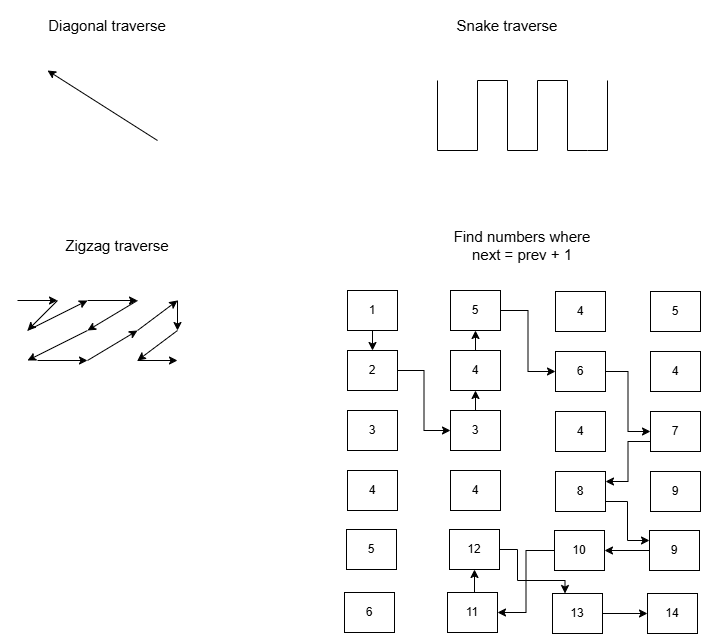
Before: assets/example_problems.png, a diagram exported from draw.io (tave8/matrix-traverser-python). Source tidied: cells renumbered, new cells last; positions are measured from the earlier drawing's top-left corner, leaving out a move shared by most shapes. Its diagram source:
```xml
<mxGraphModel>
  <root>
    <mxCell id="0" />
    <mxCell id="1" parent="0" />
    <mxCell id="2" value="Diagonal traverse" style="text;html=1;whiteSpace=wrap;strokeColor=none;fillColor=none;align=center;verticalAlign=middle;rounded=0;fontSize=15;" parent="1" vertex="1">
      <mxGeometry x="30" width="120" height="30" as="geometry" />
    </mxCell>
    <mxCell id="3" value="Snake traverse" style="text;html=1;whiteSpace=wrap;strokeColor=none;fillColor=none;align=center;verticalAlign=middle;rounded=0;fontSize=15;" parent="1" vertex="1">
      <mxGeometry x="430" width="120" height="30" as="geometry" />
    </mxCell>
    <mxCell id="4" value="Zigzag traverse" style="text;html=1;whiteSpace=wrap;strokeColor=none;fillColor=none;align=center;verticalAlign=middle;rounded=0;fontSize=15;" parent="1" vertex="1">
      <mxGeometry x="40" y="220" width="120" height="30" as="geometry" />
    </mxCell>
    <mxCell id="5" value="Find numbers where next = prev + 1" style="text;html=1;whiteSpace=wrap;strokeColor=none;fillColor=none;align=center;verticalAlign=middle;rounded=0;fontSize=15;" parent="1" vertex="1">
      <mxGeometry x="420" y="220" width="170" height="30" as="geometry" />
    </mxCell>
    <mxCell id="6" style="endArrow=none;html=1;rounded=0;edgeStyle=orthogonalEdgeStyle;curved=0;" parent="1" edge="1">
      <mxGeometry relative="1" as="geometry">
        <mxPoint x="460" y="70" as="sourcePoint" />
        <mxPoint x="420" y="70" as="targetPoint" />
        <Array as="points">
          <mxPoint x="420" y="140" />
        </Array>
      </mxGeometry>
    </mxCell>
    <mxCell id="7" style="endArrow=none;html=1;rounded=0;edgeStyle=orthogonalEdgeStyle;curved=0;" parent="1" edge="1">
      <mxGeometry relative="1" as="geometry">
        <mxPoint x="550" y="140" as="sourcePoint" />
        <mxPoint x="460" y="70" as="targetPoint" />
        <Array as="points">
          <mxPoint x="520" y="70" />
          <mxPoint x="520" y="140" />
          <mxPoint x="490" y="140" />
          <mxPoint x="490" y="70" />
        </Array>
      </mxGeometry>
    </mxCell>
    <mxCell id="8" style="endArrow=none;html=1;rounded=0;edgeStyle=orthogonalEdgeStyle;curved=0;" parent="1" edge="1">
      <mxGeometry relative="1" as="geometry">
        <mxPoint x="590" y="70" as="sourcePoint" />
        <mxPoint x="550" y="140" as="targetPoint" />
        <Array as="points">
          <mxPoint x="570" y="140" />
          <mxPoint x="570" y="140" />
        </Array>
      </mxGeometry>
    </mxCell>
    <mxCell id="9" style="endArrow=classic;html=1;rounded=0;" parent="1" edge="1">
      <mxGeometry relative="1" as="geometry">
        <mxPoint x="140" y="130" as="sourcePoint" />
        <mxPoint x="30" y="60" as="targetPoint" />
      </mxGeometry>
    </mxCell>
    <mxCell id="10" style="endArrow=classic;html=1;rounded=0;" parent="1" edge="1">
      <mxGeometry relative="1" as="geometry">
        <mxPoint y="290" as="sourcePoint" />
        <mxPoint x="40" y="290" as="targetPoint" />
      </mxGeometry>
    </mxCell>
    <mxCell id="11" style="endArrow=classic;html=1;rounded=0;" parent="1" edge="1">
      <mxGeometry relative="1" as="geometry">
        <mxPoint x="40" y="290" as="sourcePoint" />
        <mxPoint x="10" y="320" as="targetPoint" />
      </mxGeometry>
    </mxCell>
    <mxCell id="12" style="endArrow=classic;html=1;rounded=0;" parent="1" edge="1">
      <mxGeometry relative="1" as="geometry">
        <mxPoint x="10" y="320" as="sourcePoint" />
        <mxPoint x="70" y="290" as="targetPoint" />
      </mxGeometry>
    </mxCell>
    <mxCell id="13" style="endArrow=classic;html=1;rounded=0;" parent="1" edge="1">
      <mxGeometry relative="1" as="geometry">
        <mxPoint x="70" y="290" as="sourcePoint" />
        <mxPoint x="120" y="290" as="targetPoint" />
      </mxGeometry>
    </mxCell>
    <mxCell id="14" style="endArrow=classic;html=1;rounded=0;" parent="1" edge="1">
      <mxGeometry relative="1" as="geometry">
        <mxPoint x="120" y="290" as="sourcePoint" />
        <mxPoint x="70" y="320" as="targetPoint" />
      </mxGeometry>
    </mxCell>
    <mxCell id="15" style="endArrow=classic;html=1;rounded=0;" parent="1" edge="1">
      <mxGeometry relative="1" as="geometry">
        <mxPoint x="70" y="320" as="sourcePoint" />
        <mxPoint x="10" y="350" as="targetPoint" />
      </mxGeometry>
    </mxCell>
    <mxCell id="16" style="endArrow=classic;html=1;rounded=0;" parent="1" edge="1">
      <mxGeometry relative="1" as="geometry">
        <mxPoint x="20" y="350" as="sourcePoint" />
        <mxPoint x="70" y="350" as="targetPoint" />
      </mxGeometry>
    </mxCell>
    <mxCell id="17" style="endArrow=classic;html=1;rounded=0;" parent="1" edge="1">
      <mxGeometry relative="1" as="geometry">
        <mxPoint x="70" y="350" as="sourcePoint" />
        <mxPoint x="120" y="320" as="targetPoint" />
      </mxGeometry>
    </mxCell>
    <mxCell id="18" style="endArrow=classic;html=1;rounded=0;" parent="1" edge="1">
      <mxGeometry relative="1" as="geometry">
        <mxPoint x="120" y="320" as="sourcePoint" />
        <mxPoint x="160" y="290" as="targetPoint" />
      </mxGeometry>
    </mxCell>
    <mxCell id="19" style="endArrow=classic;html=1;rounded=0;" parent="1" edge="1">
      <mxGeometry relative="1" as="geometry">
        <mxPoint x="160" y="290" as="sourcePoint" />
        <mxPoint x="160" y="320" as="targetPoint" />
      </mxGeometry>
    </mxCell>
    <mxCell id="20" style="endArrow=classic;html=1;rounded=0;" parent="1" edge="1">
      <mxGeometry relative="1" as="geometry">
        <mxPoint x="160" y="320" as="sourcePoint" />
        <mxPoint x="120" y="350" as="targetPoint" />
      </mxGeometry>
    </mxCell>
    <mxCell id="21" style="endArrow=classic;html=1;rounded=0;" parent="1" edge="1">
      <mxGeometry relative="1" as="geometry">
        <mxPoint x="120" y="350" as="sourcePoint" />
        <mxPoint x="160" y="350" as="targetPoint" />
      </mxGeometry>
    </mxCell>
    <mxCell id="22" style="edgeStyle=orthogonalEdgeStyle;rounded=0;jettySize=auto;html=1;exitX=0.5;exitY=1;exitDx=0;exitDy=0;entryX=0.5;entryY=0;entryDx=0;entryDy=0;" parent="1" edge="1" source="23" target="29">
      <mxGeometry relative="1" as="geometry" />
    </mxCell>
    <mxCell id="23" value="1" style="rounded=0;whiteSpace=wrap;html=1;" parent="1" vertex="1">
      <mxGeometry x="330" y="280" width="50" height="40" as="geometry" />
    </mxCell>
    <mxCell id="24" style="edgeStyle=orthogonalEdgeStyle;rounded=0;jettySize=auto;html=1;exitX=1;exitY=0.5;exitDx=0;exitDy=0;entryX=0;entryY=0.5;entryDx=0;entryDy=0;" parent="1" edge="1" source="25" target="33">
      <mxGeometry relative="1" as="geometry" />
    </mxCell>
    <mxCell id="25" value="5" style="rounded=0;whiteSpace=wrap;html=1;" parent="1" vertex="1">
      <mxGeometry x="433" y="280" width="50" height="40" as="geometry" />
    </mxCell>
    <mxCell id="26" value="4" style="rounded=0;whiteSpace=wrap;html=1;" parent="1" vertex="1">
      <mxGeometry x="538" y="281" width="50" height="40" as="geometry" />
    </mxCell>
    <mxCell id="27" value="5" style="rounded=0;whiteSpace=wrap;html=1;" parent="1" vertex="1">
      <mxGeometry x="633" y="281" width="50" height="40" as="geometry" />
    </mxCell>
    <mxCell id="28" style="edgeStyle=orthogonalEdgeStyle;rounded=0;jettySize=auto;html=1;exitX=1;exitY=0.5;exitDx=0;exitDy=0;entryX=0;entryY=0.5;entryDx=0;entryDy=0;" parent="1" edge="1" source="29" target="37">
      <mxGeometry relative="1" as="geometry" />
    </mxCell>
    <mxCell id="29" value="2" style="rounded=0;whiteSpace=wrap;html=1;" parent="1" vertex="1">
      <mxGeometry x="330" y="340" width="50" height="40" as="geometry" />
    </mxCell>
    <mxCell id="30" style="edgeStyle=orthogonalEdgeStyle;rounded=0;jettySize=auto;html=1;exitX=0.5;exitY=0;exitDx=0;exitDy=0;entryX=0.5;entryY=1;entryDx=0;entryDy=0;" parent="1" edge="1" source="31" target="25">
      <mxGeometry relative="1" as="geometry" />
    </mxCell>
    <mxCell id="31" value="4" style="rounded=0;whiteSpace=wrap;html=1;" parent="1" vertex="1">
      <mxGeometry x="433" y="340" width="50" height="40" as="geometry" />
    </mxCell>
    <mxCell id="32" style="edgeStyle=orthogonalEdgeStyle;rounded=0;jettySize=auto;html=1;exitX=1;exitY=0.5;exitDx=0;exitDy=0;entryX=0;entryY=0.5;entryDx=0;entryDy=0;" parent="1" edge="1" source="33" target="40">
      <mxGeometry relative="1" as="geometry" />
    </mxCell>
    <mxCell id="33" value="6" style="rounded=0;whiteSpace=wrap;html=1;" parent="1" vertex="1">
      <mxGeometry x="538" y="341" width="50" height="40" as="geometry" />
    </mxCell>
    <mxCell id="34" value="4" style="rounded=0;whiteSpace=wrap;html=1;" parent="1" vertex="1">
      <mxGeometry x="633" y="341" width="50" height="40" as="geometry" />
    </mxCell>
    <mxCell id="35" value="3" style="rounded=0;whiteSpace=wrap;html=1;" parent="1" vertex="1">
      <mxGeometry x="330" y="400" width="50" height="40" as="geometry" />
    </mxCell>
    <mxCell id="36" style="edgeStyle=orthogonalEdgeStyle;rounded=0;jettySize=auto;html=1;exitX=0.5;exitY=0;exitDx=0;exitDy=0;entryX=0.5;entryY=1;entryDx=0;entryDy=0;" parent="1" edge="1" source="37" target="31">
      <mxGeometry relative="1" as="geometry" />
    </mxCell>
    <mxCell id="37" value="3" style="rounded=0;whiteSpace=wrap;html=1;" parent="1" vertex="1">
      <mxGeometry x="433" y="400" width="50" height="40" as="geometry" />
    </mxCell>
    <mxCell id="38" value="4" style="rounded=0;whiteSpace=wrap;html=1;" parent="1" vertex="1">
      <mxGeometry x="538" y="401" width="50" height="40" as="geometry" />
    </mxCell>
    <mxCell id="39" style="edgeStyle=orthogonalEdgeStyle;rounded=0;jettySize=auto;html=1;exitX=0;exitY=0.75;exitDx=0;exitDy=0;entryX=1;entryY=0.25;entryDx=0;entryDy=0;" parent="1" edge="1" source="40" target="44">
      <mxGeometry relative="1" as="geometry" />
    </mxCell>
    <mxCell id="40" value="7" style="rounded=0;whiteSpace=wrap;html=1;" parent="1" vertex="1">
      <mxGeometry x="633" y="401" width="50" height="40" as="geometry" />
    </mxCell>
    <mxCell id="41" value="4" style="rounded=0;whiteSpace=wrap;html=1;" parent="1" vertex="1">
      <mxGeometry x="330" y="460" width="50" height="40" as="geometry" />
    </mxCell>
    <mxCell id="42" value="4" style="rounded=0;whiteSpace=wrap;html=1;" parent="1" vertex="1">
      <mxGeometry x="433" y="460" width="50" height="40" as="geometry" />
    </mxCell>
    <mxCell id="43" style="edgeStyle=orthogonalEdgeStyle;rounded=0;jettySize=auto;html=1;exitX=1;exitY=0.75;exitDx=0;exitDy=0;entryX=0;entryY=0.25;entryDx=0;entryDy=0;" parent="1" edge="1" source="44" target="52">
      <mxGeometry relative="1" as="geometry" />
    </mxCell>
    <mxCell id="44" value="8" style="rounded=0;whiteSpace=wrap;html=1;" parent="1" vertex="1">
      <mxGeometry x="538" y="461" width="50" height="40" as="geometry" />
    </mxCell>
    <mxCell id="45" value="9" style="rounded=0;whiteSpace=wrap;html=1;" parent="1" vertex="1">
      <mxGeometry x="633" y="461" width="50" height="40" as="geometry" />
    </mxCell>
    <mxCell id="46" value="5" style="rounded=0;whiteSpace=wrap;html=1;" parent="1" vertex="1">
      <mxGeometry x="329" y="519" width="50" height="40" as="geometry" />
    </mxCell>
    <mxCell id="47" style="edgeStyle=orthogonalEdgeStyle;rounded=0;jettySize=auto;html=1;exitX=1;exitY=0.5;exitDx=0;exitDy=0;entryX=0.25;entryY=0;entryDx=0;entryDy=0;" parent="1" edge="1" source="48" target="57">
      <mxGeometry relative="1" as="geometry">
        <Array as="points">
          <mxPoint x="500" y="539" />
          <mxPoint x="500" y="570" />
          <mxPoint x="548" y="570" />
        </Array>
      </mxGeometry>
    </mxCell>
    <mxCell id="48" value="12" style="rounded=0;whiteSpace=wrap;html=1;" parent="1" vertex="1">
      <mxGeometry x="432" y="519" width="50" height="40" as="geometry" />
    </mxCell>
    <mxCell id="49" style="edgeStyle=orthogonalEdgeStyle;rounded=0;jettySize=auto;html=1;exitX=0;exitY=0.5;exitDx=0;exitDy=0;entryX=1;entryY=0.5;entryDx=0;entryDy=0;" parent="1" edge="1" source="50" target="55">
      <mxGeometry relative="1" as="geometry" />
    </mxCell>
    <mxCell id="50" value="10" style="rounded=0;whiteSpace=wrap;html=1;" parent="1" vertex="1">
      <mxGeometry x="537" y="520" width="50" height="40" as="geometry" />
    </mxCell>
    <mxCell id="51" style="edgeStyle=orthogonalEdgeStyle;rounded=0;jettySize=auto;html=1;exitX=0;exitY=0.5;exitDx=0;exitDy=0;entryX=1;entryY=0.5;entryDx=0;entryDy=0;" parent="1" edge="1" source="52" target="50">
      <mxGeometry relative="1" as="geometry" />
    </mxCell>
    <mxCell id="52" value="9" style="rounded=0;whiteSpace=wrap;html=1;" parent="1" vertex="1">
      <mxGeometry x="632" y="520" width="50" height="40" as="geometry" />
    </mxCell>
    <mxCell id="53" value="6" style="rounded=0;whiteSpace=wrap;html=1;" parent="1" vertex="1">
      <mxGeometry x="327" y="582" width="50" height="40" as="geometry" />
    </mxCell>
    <mxCell id="54" style="edgeStyle=orthogonalEdgeStyle;rounded=0;jettySize=auto;html=1;exitX=0.5;exitY=0;exitDx=0;exitDy=0;entryX=0.5;entryY=1;entryDx=0;entryDy=0;" parent="1" edge="1" source="55" target="48">
      <mxGeometry relative="1" as="geometry" />
    </mxCell>
    <mxCell id="55" value="11" style="rounded=0;whiteSpace=wrap;html=1;" parent="1" vertex="1">
      <mxGeometry x="430" y="582" width="50" height="40" as="geometry" />
    </mxCell>
    <mxCell id="56" style="edgeStyle=orthogonalEdgeStyle;rounded=0;jettySize=auto;html=1;exitX=1;exitY=0.5;exitDx=0;exitDy=0;entryX=0;entryY=0.5;entryDx=0;entryDy=0;" parent="1" edge="1" source="57" target="58">
      <mxGeometry relative="1" as="geometry" />
    </mxCell>
    <mxCell id="57" value="13" style="rounded=0;whiteSpace=wrap;html=1;" parent="1" vertex="1">
      <mxGeometry x="535" y="583" width="50" height="40" as="geometry" />
    </mxCell>
    <mxCell id="58" value="14" style="rounded=0;whiteSpace=wrap;html=1;" parent="1" vertex="1">
      <mxGeometry x="630" y="583" width="50" height="40" as="geometry" />
    </mxCell>
  </root>
</mxGraphModel>
```
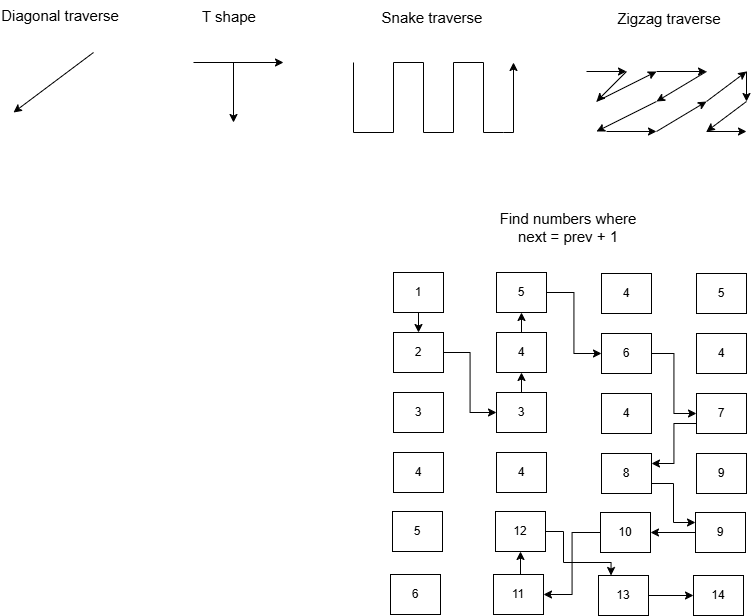
The same file after the commit.

The edit, as a diff of the source:
```diff
@@ -3,124 +3,118 @@
     <mxCell id="0" />
     <mxCell id="1" parent="0" />
     <mxCell id="2" value="Diagonal traverse" style="text;html=1;whiteSpace=wrap;strokeColor=none;fillColor=none;align=center;verticalAlign=middle;rounded=0;fontSize=15;" parent="1" vertex="1">
-      <mxGeometry x="30" width="120" height="30" as="geometry" />
+      <mxGeometry x="-63" y="8" width="120" height="30" as="geometry" />
     </mxCell>
     <mxCell id="3" value="Snake traverse" style="text;html=1;whiteSpace=wrap;strokeColor=none;fillColor=none;align=center;verticalAlign=middle;rounded=0;fontSize=15;" parent="1" vertex="1">
-      <mxGeometry x="430" width="120" height="30" as="geometry" />
+      <mxGeometry x="309" y="10" width="120" height="30" as="geometry" />
     </mxCell>
     <mxCell id="4" value="Zigzag traverse" style="text;html=1;whiteSpace=wrap;strokeColor=none;fillColor=none;align=center;verticalAlign=middle;rounded=0;fontSize=15;" parent="1" vertex="1">
-      <mxGeometry x="40" y="220" width="120" height="30" as="geometry" />
+      <mxGeometry x="546" y="11" width="120" height="30" as="geometry" />
     </mxCell>
     <mxCell id="5" value="Find numbers where next = prev + 1" style="text;html=1;whiteSpace=wrap;strokeColor=none;fillColor=none;align=center;verticalAlign=middle;rounded=0;fontSize=15;" parent="1" vertex="1">
       <mxGeometry x="420" y="220" width="170" height="30" as="geometry" />
     </mxCell>
     <mxCell id="6" style="endArrow=none;html=1;rounded=0;edgeStyle=orthogonalEdgeStyle;curved=0;" parent="1" edge="1">
       <mxGeometry relative="1" as="geometry">
-        <mxPoint x="460" y="70" as="sourcePoint" />
-        <mxPoint x="420" y="70" as="targetPoint" />
+        <mxPoint x="330" y="70" as="sourcePoint" />
+        <mxPoint x="290" y="70" as="targetPoint" />
         <Array as="points">
-          <mxPoint x="420" y="140" />
+          <mxPoint x="290" y="140" />
         </Array>
       </mxGeometry>
     </mxCell>
     <mxCell id="7" style="endArrow=none;html=1;rounded=0;edgeStyle=orthogonalEdgeStyle;curved=0;" parent="1" edge="1">
       <mxGeometry relative="1" as="geometry">
-        <mxPoint x="550" y="140" as="sourcePoint" />
-        <mxPoint x="460" y="70" as="targetPoint" />
+        <mxPoint x="420" y="140" as="sourcePoint" />
+        <mxPoint x="330" y="70" as="targetPoint" />
         <Array as="points">
-          <mxPoint x="520" y="70" />
-          <mxPoint x="520" y="140" />
-          <mxPoint x="490" y="140" />
-          <mxPoint x="490" y="70" />
+          <mxPoint x="390" y="70" />
+          <mxPoint x="390" y="140" />
+          <mxPoint x="360" y="140" />
+          <mxPoint x="360" y="70" />
         </Array>
       </mxGeometry>
     </mxCell>
     <mxCell id="8" style="endArrow=none;html=1;rounded=0;edgeStyle=orthogonalEdgeStyle;curved=0;" parent="1" edge="1">
       <mxGeometry relative="1" as="geometry">
-        <mxPoint x="590" y="70" as="sourcePoint" />
-        <mxPoint x="550" y="140" as="targetPoint" />
+        <mxPoint x="450" y="140" as="sourcePoint" />
+        <mxPoint x="420" y="140" as="targetPoint" />
         <Array as="points">
-          <mxPoint x="570" y="140" />
-          <mxPoint x="570" y="140" />
+          <mxPoint x="440" y="140" />
+          <mxPoint x="440" y="140" />
         </Array>
       </mxGeometry>
     </mxCell>
-    <mxCell id="9" style="endArrow=classic;html=1;rounded=0;" parent="1" edge="1">
-      <mxGeometry relative="1" as="geometry">
-        <mxPoint x="140" y="130" as="sourcePoint" />
-        <mxPoint x="30" y="60" as="targetPoint" />
-      </mxGeometry>
-    </mxCell>
     <mxCell id="10" style="endArrow=classic;html=1;rounded=0;" parent="1" edge="1">
       <mxGeometry relative="1" as="geometry">
-        <mxPoint y="290" as="sourcePoint" />
-        <mxPoint x="40" y="290" as="targetPoint" />
+        <mxPoint x="523" y="79" as="sourcePoint" />
+        <mxPoint x="563" y="79" as="targetPoint" />
       </mxGeometry>
     </mxCell>
     <mxCell id="11" style="endArrow=classic;html=1;rounded=0;" parent="1" edge="1">
       <mxGeometry relative="1" as="geometry">
-        <mxPoint x="40" y="290" as="sourcePoint" />
-        <mxPoint x="10" y="320" as="targetPoint" />
+        <mxPoint x="563" y="79" as="sourcePoint" />
+        <mxPoint x="533" y="109" as="targetPoint" />
       </mxGeometry>
     </mxCell>
     <mxCell id="12" style="endArrow=classic;html=1;rounded=0;" parent="1" edge="1">
       <mxGeometry relative="1" as="geometry">
-        <mxPoint x="10" y="320" as="sourcePoint" />
-        <mxPoint x="70" y="290" as="targetPoint" />
+        <mxPoint x="533" y="109" as="sourcePoint" />
+        <mxPoint x="593" y="79" as="targetPoint" />
       </mxGeometry>
     </mxCell>
     <mxCell id="13" style="endArrow=classic;html=1;rounded=0;" parent="1" edge="1">
       <mxGeometry relative="1" as="geometry">
-        <mxPoint x="70" y="290" as="sourcePoint" />
-        <mxPoint x="120" y="290" as="targetPoint" />
+        <mxPoint x="593" y="79" as="sourcePoint" />
+        <mxPoint x="643" y="79" as="targetPoint" />
       </mxGeometry>
     </mxCell>
     <mxCell id="14" style="endArrow=classic;html=1;rounded=0;" parent="1" edge="1">
       <mxGeometry relative="1" as="geometry">
-        <mxPoint x="120" y="290" as="sourcePoint" />
-        <mxPoint x="70" y="320" as="targetPoint" />
+        <mxPoint x="643" y="79" as="sourcePoint" />
+        <mxPoint x="593" y="109" as="targetPoint" />
       </mxGeometry>
     </mxCell>
     <mxCell id="15" style="endArrow=classic;html=1;rounded=0;" parent="1" edge="1">
       <mxGeometry relative="1" as="geometry">
-        <mxPoint x="70" y="320" as="sourcePoint" />
-        <mxPoint x="10" y="350" as="targetPoint" />
+        <mxPoint x="593" y="109" as="sourcePoint" />
+        <mxPoint x="533" y="139" as="targetPoint" />
       </mxGeometry>
     </mxCell>
     <mxCell id="16" style="endArrow=classic;html=1;rounded=0;" parent="1" edge="1">
       <mxGeometry relative="1" as="geometry">
-        <mxPoint x="20" y="350" as="sourcePoint" />
-        <mxPoint x="70" y="350" as="targetPoint" />
+        <mxPoint x="543" y="139" as="sourcePoint" />
+        <mxPoint x="593" y="139" as="targetPoint" />
       </mxGeometry>
     </mxCell>
     <mxCell id="17" style="endArrow=classic;html=1;rounded=0;" parent="1" edge="1">
       <mxGeometry relative="1" as="geometry">
-        <mxPoint x="70" y="350" as="sourcePoint" />
-        <mxPoint x="120" y="320" as="targetPoint" />
+        <mxPoint x="593" y="139" as="sourcePoint" />
+        <mxPoint x="643" y="109" as="targetPoint" />
       </mxGeometry>
     </mxCell>
     <mxCell id="18" style="endArrow=classic;html=1;rounded=0;" parent="1" edge="1">
       <mxGeometry relative="1" as="geometry">
-        <mxPoint x="120" y="320" as="sourcePoint" />
-        <mxPoint x="160" y="290" as="targetPoint" />
+        <mxPoint x="643" y="109" as="sourcePoint" />
+        <mxPoint x="683" y="79" as="targetPoint" />
       </mxGeometry>
     </mxCell>
     <mxCell id="19" style="endArrow=classic;html=1;rounded=0;" parent="1" edge="1">
       <mxGeometry relative="1" as="geometry">
-        <mxPoint x="160" y="290" as="sourcePoint" />
-        <mxPoint x="160" y="320" as="targetPoint" />
+        <mxPoint x="683" y="79" as="sourcePoint" />
+        <mxPoint x="683" y="109" as="targetPoint" />
       </mxGeometry>
     </mxCell>
     <mxCell id="20" style="endArrow=classic;html=1;rounded=0;" parent="1" edge="1">
       <mxGeometry relative="1" as="geometry">
-        <mxPoint x="160" y="320" as="sourcePoint" />
-        <mxPoint x="120" y="350" as="targetPoint" />
+        <mxPoint x="683" y="109" as="sourcePoint" />
+        <mxPoint x="643" y="139" as="targetPoint" />
       </mxGeometry>
     </mxCell>
     <mxCell id="21" style="endArrow=classic;html=1;rounded=0;" parent="1" edge="1">
       <mxGeometry relative="1" as="geometry">
-        <mxPoint x="120" y="350" as="sourcePoint" />
-        <mxPoint x="160" y="350" as="targetPoint" />
+        <mxPoint x="643" y="139" as="sourcePoint" />
+        <mxPoint x="683" y="139" as="targetPoint" />
       </mxGeometry>
     </mxCell>
     <mxCell id="22" style="edgeStyle=orthogonalEdgeStyle;rounded=0;jettySize=auto;html=1;exitX=0.5;exitY=1;exitDx=0;exitDy=0;entryX=0.5;entryY=0;entryDx=0;entryDy=0;" parent="1" edge="1" source="23" target="29">
@@ -240,5 +234,32 @@
     <mxCell id="58" value="14" style="rounded=0;whiteSpace=wrap;html=1;" parent="1" vertex="1">
       <mxGeometry x="630" y="583" width="50" height="40" as="geometry" />
     </mxCell>
+    <mxCell id="59" value="T shape" style="text;html=1;whiteSpace=wrap;strokeColor=none;fillColor=none;align=center;verticalAlign=middle;rounded=0;fontSize=15;" parent="1" vertex="1">
+      <mxGeometry x="106" y="9" width="120" height="30" as="geometry" />
+    </mxCell>
+    <mxCell id="60" style="endArrow=classic;html=1;rounded=0;" parent="1" edge="1">
+      <mxGeometry relative="1" as="geometry">
+        <mxPoint x="30" y="60" as="sourcePoint" />
+        <mxPoint x="-50" y="120" as="targetPoint" />
+      </mxGeometry>
+    </mxCell>
+    <mxCell id="61" style="endArrow=classic;html=1;rounded=0;" parent="1" edge="1">
+      <mxGeometry relative="1" as="geometry">
+        <mxPoint x="450" y="140" as="sourcePoint" />
+        <mxPoint x="450" y="70" as="targetPoint" />
+      </mxGeometry>
+    </mxCell>
+    <mxCell id="62" style="endArrow=classic;html=1;rounded=0;" parent="1" edge="1">
+      <mxGeometry relative="1" as="geometry">
+        <mxPoint x="130" y="70" as="sourcePoint" />
+        <mxPoint x="220" y="70" as="targetPoint" />
+      </mxGeometry>
+    </mxCell>
+    <mxCell id="63" style="endArrow=classic;html=1;rounded=0;" parent="1" edge="1">
+      <mxGeometry relative="1" as="geometry">
+        <mxPoint x="170" y="70" as="sourcePoint" />
+        <mxPoint x="170" y="130" as="targetPoint" />
+      </mxGeometry>
+    </mxCell>
   </root>
 </mxGraphModel>
```
